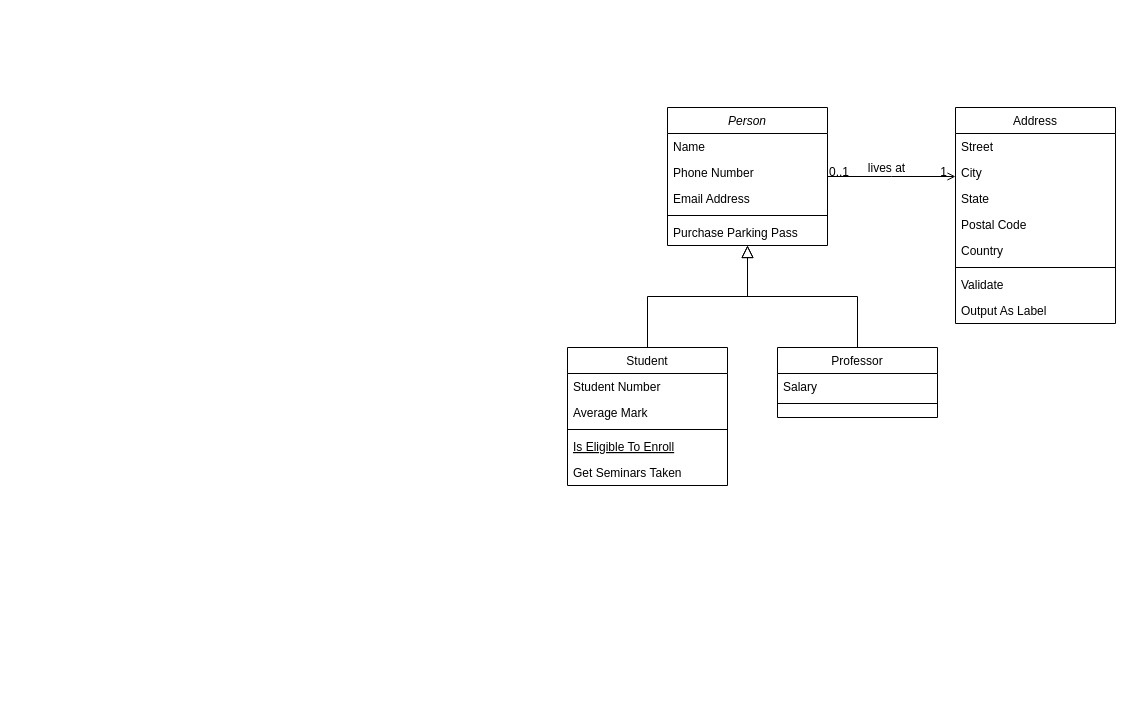
Before: eCommers Market scheme.drawio in demetrebadzaradze/eCommerce, a draw.io diagram. Source tidied: cells renumbered, new cells numbered last; positions are measured from the earlier drawing's top-left corner, leaving out a move shared by most shapes. Both pictures are drawn from the tidied source at 100%, with x=0, y=0 at pixel (567, 107).
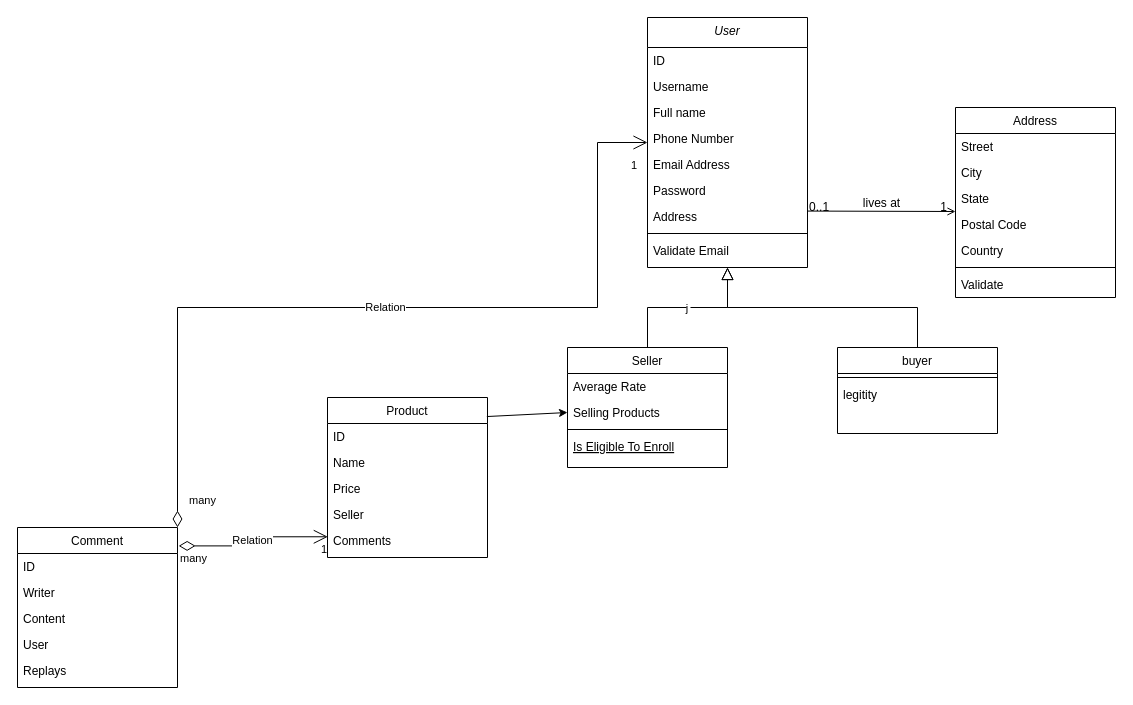
The same page after the edit.

The edit, as a diff of the source:
```diff
@@
-    <mxCell id="2" value="Person" style="swimlane;fontStyle=2;align=center;verticalAlign=top;horizontal=1;startSize=26;rounded=0;shadow=0;strokeWidth=1;" parent="1" vertex="1">
-      <mxGeometry x="100" width="160" height="138" as="geometry" />
+    <mxCell id="2" value="User" style="swimlane;fontStyle=2;align=center;verticalAlign=top;horizontal=1;startSize=30;rounded=0;shadow=0;strokeWidth=1;" parent="1" vertex="1">
+      <mxGeometry x="80" y="-90" width="160" height="250" as="geometry" />
     </mxCell>
+    <mxCell id="32" value="ID" style="text;align=left;verticalAlign=top;spacingLeft=4;spacingRight=4;overflow=hidden;rounded=0;shadow=0;html=0;" parent="2" vertex="1">
+      <mxGeometry y="30" width="160" height="26" as="geometry" />
+    </mxCell>
+    <mxCell id="33" value="Username" style="text;align=left;verticalAlign=top;spacingLeft=4;spacingRight=4;overflow=hidden;rounded=0;shadow=0;html=0;" parent="2" vertex="1">
+      <mxGeometry y="56" width="160" height="26" as="geometry" />
+    </mxCell>
-    <mxCell id="3" value="Name" style="text;align=left;verticalAlign=top;spacingLeft=4;spacingRight=4;overflow=hidden;" parent="2" vertex="1">
-      <mxGeometry y="26" width="160" height="26" as="geometry" />
+    <mxCell id="3" value="Full name" style="text;align=left;verticalAlign=top;spacingLeft=4;spacingRight=4;overflow=hidden;" parent="2" vertex="1">
+      <mxGeometry y="82" width="160" height="26" as="geometry" />
     </mxCell>
     <mxCell id="4" value="Phone Number" style="text;align=left;verticalAlign=top;spacingLeft=4;spacingRight=4;overflow=hidden;rounded=0;shadow=0;html=0;" parent="2" vertex="1">
-      <mxGeometry y="52" width="160" height="26" as="geometry" />
+      <mxGeometry y="108" width="160" height="26" as="geometry" />
     </mxCell>
     <mxCell id="5" value="Email Address" style="text;align=left;verticalAlign=top;spacingLeft=4;spacingRight=4;overflow=hidden;rounded=0;shadow=0;html=0;" parent="2" vertex="1">
-      <mxGeometry y="78" width="160" height="26" as="geometry" />
+      <mxGeometry y="134" width="160" height="26" as="geometry" />
     </mxCell>
-    <mxCell id="6" style="line;html=1;strokeWidth=1;align=left;verticalAlign=middle;spacingTop=-1;spacingLeft=3;spacingRight=3;labelPosition=right;" parent="2" vertex="1">
-      <mxGeometry y="104" width="160" height="8" as="geometry" />
-    </mxCell>
-    <mxCell id="7" value="Purchase Parking Pass" style="text;align=left;verticalAlign=top;spacingLeft=4;spacingRight=4;overflow=hidden;" parent="2" vertex="1">
-      <mxGeometry y="112" width="160" height="26" as="geometry" />
-    </mxCell>
+    <mxCell id="34" value="Password" style="text;align=left;verticalAlign=top;spacingLeft=4;spacingRight=4;overflow=hidden;rounded=0;shadow=0;html=0;" parent="2" vertex="1">
+      <mxGeometry y="160" width="160" height="26" as="geometry" />
+    </mxCell>
+    <mxCell id="35" value="Address" style="text;align=left;verticalAlign=top;spacingLeft=4;spacingRight=4;overflow=hidden;points=[[0,0.5],[1,0.5]];portConstraint=eastwest;rounded=0;shadow=0;html=0;" parent="2" vertex="1">
+      <mxGeometry y="186" width="160" height="26" as="geometry" />
+    </mxCell>
+    <mxCell id="36" style="line;html=1;strokeWidth=1;align=left;verticalAlign=middle;spacingTop=-1;spacingLeft=3;spacingRight=3;labelPosition=right;" parent="2" vertex="1">
+      <mxGeometry y="212" width="160" height="8" as="geometry" />
+    </mxCell>
+    <mxCell id="37" value="Validate Email" style="text;align=left;verticalAlign=top;spacingLeft=4;spacingRight=4;overflow=hidden;rounded=0;shadow=0;html=0;" parent="2" vertex="1">
+      <mxGeometry y="220" width="160" height="26" as="geometry" />
+    </mxCell>
-    <mxCell id="8" value="Student" style="swimlane;fontStyle=0;align=center;verticalAlign=top;horizontal=1;startSize=26;rounded=0;shadow=0;strokeWidth=1;" parent="1" vertex="1">
-      <mxGeometry y="240" width="160" height="138" as="geometry" />
+    <mxCell id="8" value="Seller" style="swimlane;fontStyle=0;align=center;verticalAlign=top;horizontal=1;startSize=26;rounded=0;shadow=0;strokeWidth=1;" parent="1" vertex="1">
+      <mxGeometry y="240" width="160" height="120" as="geometry" />
     </mxCell>
-    <mxCell id="9" value="Student Number" style="text;align=left;verticalAlign=top;spacingLeft=4;spacingRight=4;overflow=hidden;" parent="8" vertex="1">
+    <mxCell id="9" value="Average Rate" style="text;align=left;verticalAlign=top;spacingLeft=4;spacingRight=4;overflow=hidden;" parent="8" vertex="1">
       <mxGeometry y="26" width="160" height="26" as="geometry" />
     </mxCell>
-    <mxCell id="10" value="Average Mark" style="text;align=left;verticalAlign=top;spacingLeft=4;spacingRight=4;overflow=hidden;points=[[0,0.5],[1,0.5]];portConstraint=eastwest;rounded=0;shadow=0;html=0;" parent="8" vertex="1">
+    <mxCell id="10" value="Selling Products" style="text;align=left;verticalAlign=top;spacingLeft=4;spacingRight=4;overflow=hidden;points=[[0,0.5],[1,0.5]];portConstraint=eastwest;rounded=0;shadow=0;html=0;" parent="8" vertex="1">
       <mxGeometry y="52" width="160" height="26" as="geometry" />
     </mxCell>
@@
-    <mxCell id="13" value="Get Seminars Taken" style="text;align=left;verticalAlign=top;spacingLeft=4;spacingRight=4;overflow=hidden;" parent="8" vertex="1">
-      <mxGeometry y="112" width="160" height="26" as="geometry" />
-    </mxCell>
-    <mxCell id="14" style="endArrow=block;endSize=10;endFill=0;shadow=0;strokeWidth=1;rounded=0;curved=0;edgeStyle=elbowEdgeStyle;elbow=vertical;" parent="1" edge="1" source="8" target="2">
+    <mxCell id="14" value="j" style="endArrow=block;endSize=10;endFill=0;shadow=0;strokeWidth=1;rounded=0;curved=0;edgeStyle=elbowEdgeStyle;elbow=vertical;" parent="1" edge="1" source="8" target="2">
       <mxGeometry relative="1" as="geometry" />
     </mxCell>
-    <mxCell id="15" value="Professor" style="swimlane;fontStyle=0;align=center;verticalAlign=top;horizontal=1;startSize=26;rounded=0;shadow=0;strokeWidth=1;" parent="1" vertex="1">
-      <mxGeometry x="210" y="240" width="160" height="70" as="geometry" />
+    <mxCell id="15" value="buyer" style="swimlane;fontStyle=0;align=center;verticalAlign=top;horizontal=1;startSize=26;rounded=0;shadow=0;strokeWidth=1;" parent="1" vertex="1">
+      <mxGeometry x="270" y="240" width="160" height="86" as="geometry" />
     </mxCell>
-    <mxCell id="16" value="Salary" style="text;align=left;verticalAlign=top;spacingLeft=4;spacingRight=4;overflow=hidden;" parent="15" vertex="1">
-      <mxGeometry y="26" width="160" height="26" as="geometry" />
-    </mxCell>
     <mxCell id="17" style="line;html=1;strokeWidth=1;align=left;verticalAlign=middle;spacingTop=-1;spacingLeft=3;spacingRight=3;labelPosition=right;" parent="15" vertex="1">
-      <mxGeometry y="52" width="160" height="8" as="geometry" />
+      <mxGeometry y="26" width="160" height="8" as="geometry" />
     </mxCell>
+    <mxCell id="38" value="legitity" style="text;align=left;verticalAlign=top;spacingLeft=4;spacingRight=4;overflow=hidden;" parent="15" vertex="1">
+      <mxGeometry y="34" width="160" height="26" as="geometry" />
+    </mxCell>
@@
     <mxCell id="19" value="Address" style="swimlane;fontStyle=0;align=center;verticalAlign=top;horizontal=1;startSize=26;rounded=0;shadow=0;strokeWidth=1;" parent="1" vertex="1">
-      <mxGeometry x="388" width="160" height="216" as="geometry" />
+      <mxGeometry x="388" width="160" height="190" as="geometry" />
     </mxCell>
@@
-    <mxCell id="27" value="Output As Label" style="text;align=left;verticalAlign=top;spacingLeft=4;spacingRight=4;overflow=hidden;" parent="19" vertex="1">
-      <mxGeometry y="190" width="160" height="26" as="geometry" />
-    </mxCell>
-    <mxCell id="28" style="endArrow=open;shadow=0;strokeWidth=1;rounded=0;curved=0;endFill=1;edgeStyle=elbowEdgeStyle;elbow=vertical;" parent="1" edge="1" source="2" target="19">
+    <mxCell id="28" style="endArrow=open;shadow=0;strokeWidth=1;rounded=0;curved=0;endFill=1;edgeStyle=elbowEdgeStyle;elbow=vertical;exitX=1.003;exitY=0.291;exitDx=0;exitDy=0;exitPerimeter=0;" parent="1" edge="1" source="35" target="19">
       <mxGeometry x="0.5" y="41" relative="1" as="geometry">
         <mxPoint x="-40" y="32" as="offset" />
       </mxGeometry>
     </mxCell>
@@
+    <mxCell id="39" value="Product" style="swimlane;fontStyle=0;align=center;verticalAlign=top;horizontal=1;startSize=26;rounded=0;shadow=0;strokeWidth=1;" parent="1" vertex="1">
+      <mxGeometry x="-240" y="290" width="160" height="160" as="geometry" />
+    </mxCell>
+    <mxCell id="40" value="ID" style="text;align=left;verticalAlign=top;spacingLeft=4;spacingRight=4;overflow=hidden;" parent="39" vertex="1">
+      <mxGeometry y="26" width="160" height="26" as="geometry" />
+    </mxCell>
+    <mxCell id="41" value="Name" style="text;align=left;verticalAlign=top;spacingLeft=4;spacingRight=4;overflow=hidden;" parent="39" vertex="1">
+      <mxGeometry y="52" width="160" height="26" as="geometry" />
+    </mxCell>
+    <mxCell id="42" value="Price" style="text;align=left;verticalAlign=top;spacingLeft=4;spacingRight=4;overflow=hidden;rounded=0;shadow=0;html=0;" parent="39" vertex="1">
+      <mxGeometry y="78" width="160" height="26" as="geometry" />
+    </mxCell>
+    <mxCell id="43" value="Seller" style="text;align=left;verticalAlign=top;spacingLeft=4;spacingRight=4;overflow=hidden;rounded=0;shadow=0;html=0;" parent="39" vertex="1">
+      <mxGeometry y="104" width="160" height="26" as="geometry" />
+    </mxCell>
+    <mxCell id="44" value="Comments" style="text;align=left;verticalAlign=top;spacingLeft=4;spacingRight=4;overflow=hidden;points=[[0,0.5],[1,0.5]];portConstraint=eastwest;rounded=0;shadow=0;html=0;" parent="39" vertex="1">
+      <mxGeometry y="130" width="160" height="26" as="geometry" />
+    </mxCell>
+    <mxCell id="45" style="endArrow=classic;html=1;rounded=0;entryX=0;entryY=0.5;entryDx=0;entryDy=0;exitX=0.996;exitY=0.119;exitDx=0;exitDy=0;exitPerimeter=0;" parent="1" edge="1" source="39" target="10">
+      <mxGeometry relative="1" as="geometry" />
+    </mxCell>
+    <mxCell id="46" value="Comment" style="swimlane;fontStyle=0;align=center;verticalAlign=top;horizontal=1;startSize=26;rounded=0;shadow=0;strokeWidth=1;" parent="1" vertex="1">
+      <mxGeometry x="-550" y="420" width="160" height="160" as="geometry" />
+    </mxCell>
+    <mxCell id="47" value="ID" style="text;align=left;verticalAlign=top;spacingLeft=4;spacingRight=4;overflow=hidden;" parent="46" vertex="1">
+      <mxGeometry y="26" width="160" height="26" as="geometry" />
+    </mxCell>
+    <mxCell id="48" value="Writer" style="text;align=left;verticalAlign=top;spacingLeft=4;spacingRight=4;overflow=hidden;" parent="46" vertex="1">
+      <mxGeometry y="52" width="160" height="26" as="geometry" />
+    </mxCell>
+    <mxCell id="49" value="Content" style="text;align=left;verticalAlign=top;spacingLeft=4;spacingRight=4;overflow=hidden;rounded=0;shadow=0;html=0;" parent="46" vertex="1">
+      <mxGeometry y="78" width="160" height="26" as="geometry" />
+    </mxCell>
+    <mxCell id="50" value="User" style="text;align=left;verticalAlign=top;spacingLeft=4;spacingRight=4;overflow=hidden;rounded=0;shadow=0;html=0;" parent="46" vertex="1">
+      <mxGeometry y="104" width="160" height="26" as="geometry" />
+    </mxCell>
+    <mxCell id="51" value="Replays" style="text;align=left;verticalAlign=top;spacingLeft=4;spacingRight=4;overflow=hidden;rounded=0;shadow=0;html=0;" parent="46" vertex="1">
+      <mxGeometry y="130" width="160" height="26" as="geometry" />
+    </mxCell>
+    <mxCell id="52" value="Relation" style="endArrow=open;html=1;endSize=12;startArrow=diamondThin;startSize=14;startFill=0;edgeStyle=orthogonalEdgeStyle;rounded=0;entryX=0.002;entryY=0.357;entryDx=0;entryDy=0;entryPerimeter=0;exitX=1.007;exitY=0.115;exitDx=0;exitDy=0;exitPerimeter=0;" parent="1" edge="1" source="46" target="44">
+      <mxGeometry relative="1" as="geometry" />
+    </mxCell>
+    <mxCell id="53" value="many" style="edgeLabel;html=1;align=left;verticalAlign=top;" parent="52" vertex="1">
+      <mxGeometry x="-1" relative="1" as="geometry" />
+    </mxCell>
+    <mxCell id="54" value="1" style="edgeLabel;html=1;align=right;verticalAlign=top;" parent="52" vertex="1">
+      <mxGeometry x="1" relative="1" as="geometry" />
+    </mxCell>
+    <mxCell id="55" value="Relation" style="endArrow=open;html=1;endSize=12;startArrow=diamondThin;startSize=14;startFill=0;edgeStyle=orthogonalEdgeStyle;rounded=0;exitX=1;exitY=0;exitDx=0;exitDy=0;" parent="1" edge="1" source="46" target="2">
+      <mxGeometry relative="1" as="geometry">
+        <Array as="points">
+          <mxPoint x="-390" y="200" />
+          <mxPoint x="30" y="200" />
+          <mxPoint x="30" y="35" />
+        </Array>
+      </mxGeometry>
+    </mxCell>
+    <mxCell id="56" value="many" style="edgeLabel;html=1;align=left;verticalAlign=top;" parent="55" vertex="1">
+      <mxGeometry x="-1" relative="1" as="geometry">
+        <mxPoint x="10" y="-40" as="offset" />
+      </mxGeometry>
+    </mxCell>
+    <mxCell id="57" value="1" style="edgeLabel;html=1;align=right;verticalAlign=top;" parent="55" vertex="1">
+      <mxGeometry x="1" relative="1" as="geometry">
+        <mxPoint x="-10" y="10" as="offset" />
+      </mxGeometry>
+    </mxCell>
```
